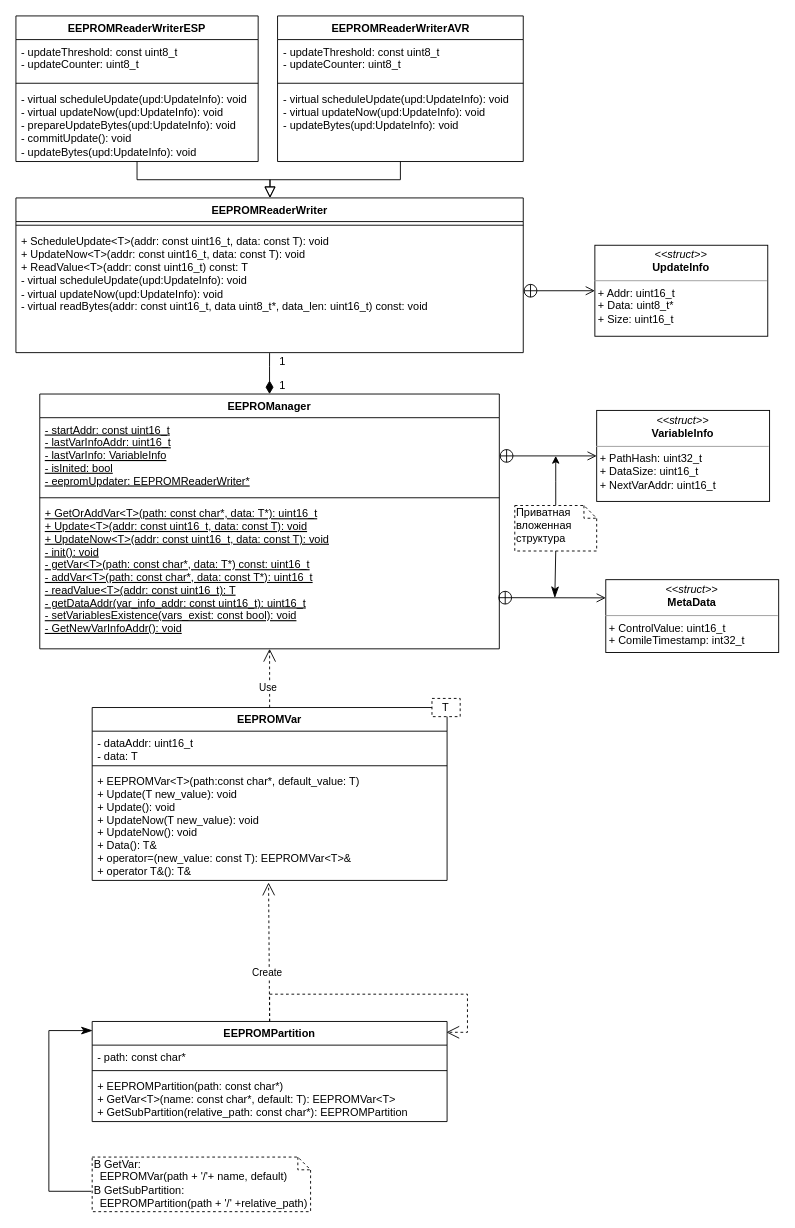
almiluk/bachelor_thesis keeps this draw.io diagram as report/resources/sources/class-diagram.drawio. Above is the earlier version. Source tidied: cells renumbered, new cells numbered last; positions are measured from the earlier drawing's top-left corner, leaving out a move shared by most shapes. Both pictures are drawn from the tidied source at 91%, with x=0, y=0 at pixel (15, 15).
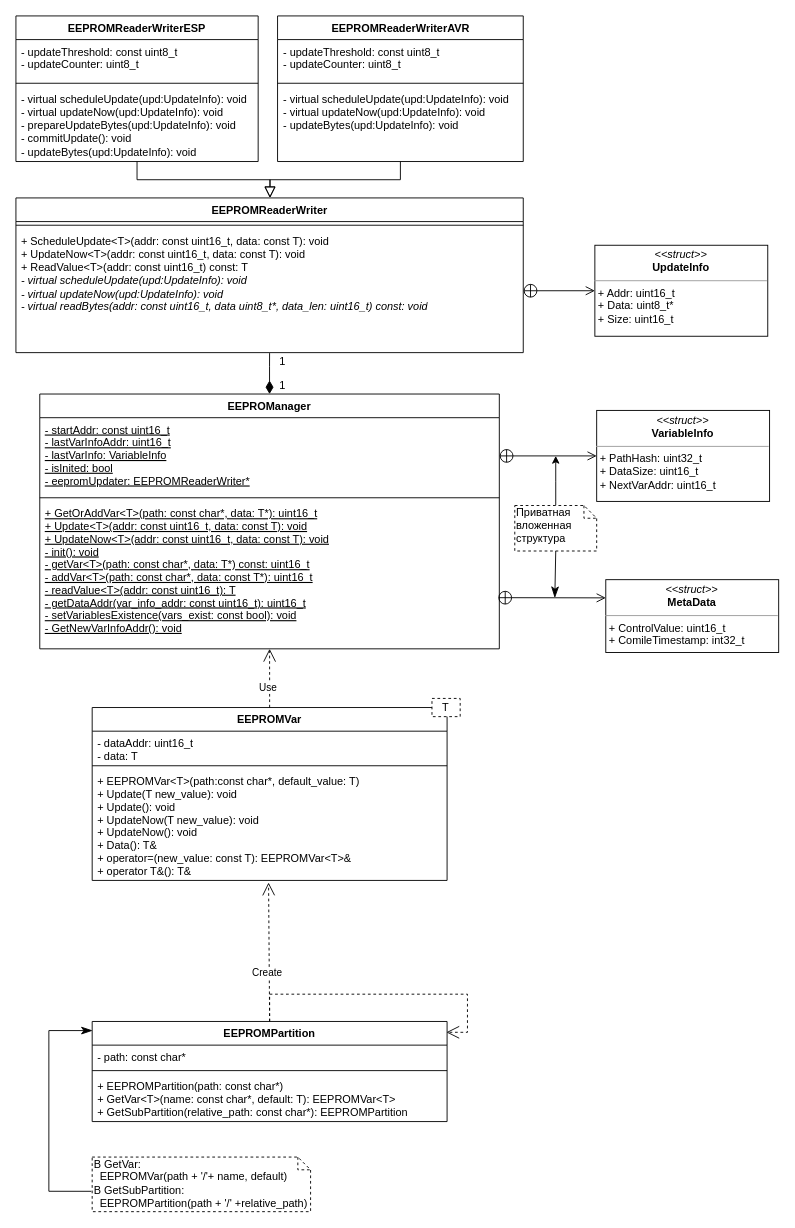
Above is the later version.

Commit message (it also covers changes not shown here):
report: update class diagram

The change refers to these unchanged cells:
```xml
<mxCell id="26" value="EEPROMReaderWriter" style="swimlane;fontStyle=1;align=center;verticalAlign=top;horizontal=1;startSize=26;whiteSpace=wrap;html=1;" parent="1" vertex="1">
  <mxGeometry y="200" width="557.5" height="170" as="geometry" />
</mxCell>
```

Diff of the diagram source:
```diff
@@
-    <mxCell id="28" value="+ ScheduleUpdate&amp;lt;T&amp;gt;(addr: const uint16_t, data: const T): void&lt;br&gt;+ UpdateNow&amp;lt;T&amp;gt;(addr: const uint16_t, data: const T): void&lt;br style=&quot;border-color: var(--border-color); padding: 0px; margin: 0px;&quot;&gt;+ ReadValue&amp;lt;T&amp;gt;(addr: const uint16_t) const: T&lt;br&gt;- virtual scheduleUpdate(upd:UpdateInfo): void&lt;br style=&quot;border-color: var(--border-color);&quot;&gt;- virtual updateNow(upd:UpdateInfo): void&lt;br&gt;- virtual readBytes(addr: const uint16_t, data uint8_t*, data_len: uint16_t) const: void&lt;br style=&quot;border-color: var(--border-color);&quot;&gt;" style="text;strokeColor=none;fillColor=none;align=left;verticalAlign=top;spacingLeft=4;spacingRight=4;overflow=hidden;points=[[0,0.5],[1,0.5]];portConstraint=eastwest;whiteSpace=wrap;html=1;" parent="26" vertex="1">
+    <mxCell id="28" value="+ ScheduleUpdate&amp;lt;T&amp;gt;(addr: const uint16_t, data: const T): void&lt;br&gt;+ UpdateNow&amp;lt;T&amp;gt;(addr: const uint16_t, data: const T): void&lt;br style=&quot;border-color: var(--border-color); padding: 0px; margin: 0px;&quot;&gt;+ ReadValue&amp;lt;T&amp;gt;(addr: const uint16_t) const: T&lt;br&gt;&lt;i&gt;- virtual scheduleUpdate(upd:UpdateInfo): void&lt;br style=&quot;border-color: var(--border-color);&quot;&gt;- virtual updateNow(upd:UpdateInfo): void&lt;br&gt;- virtual readBytes(addr: const uint16_t, data uint8_t*, data_len: uint16_t) const: void&lt;/i&gt;" style="text;strokeColor=none;fillColor=none;align=left;verticalAlign=top;spacingLeft=4;spacingRight=4;overflow=hidden;points=[[0,0.5],[1,0.5]];portConstraint=eastwest;whiteSpace=wrap;html=1;" parent="26" vertex="1">
       <mxGeometry y="34" width="557.5" height="136" as="geometry" />
     </mxCell>
```
